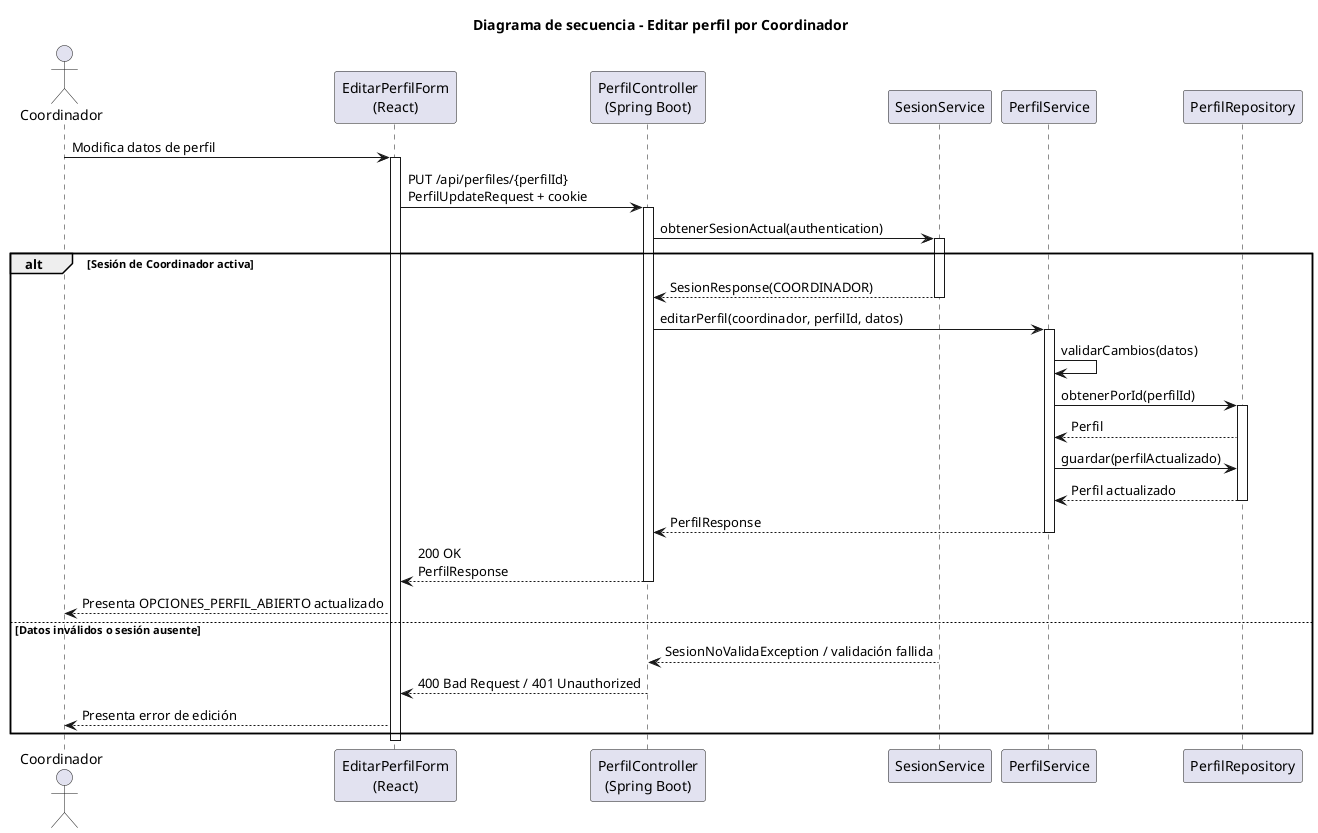
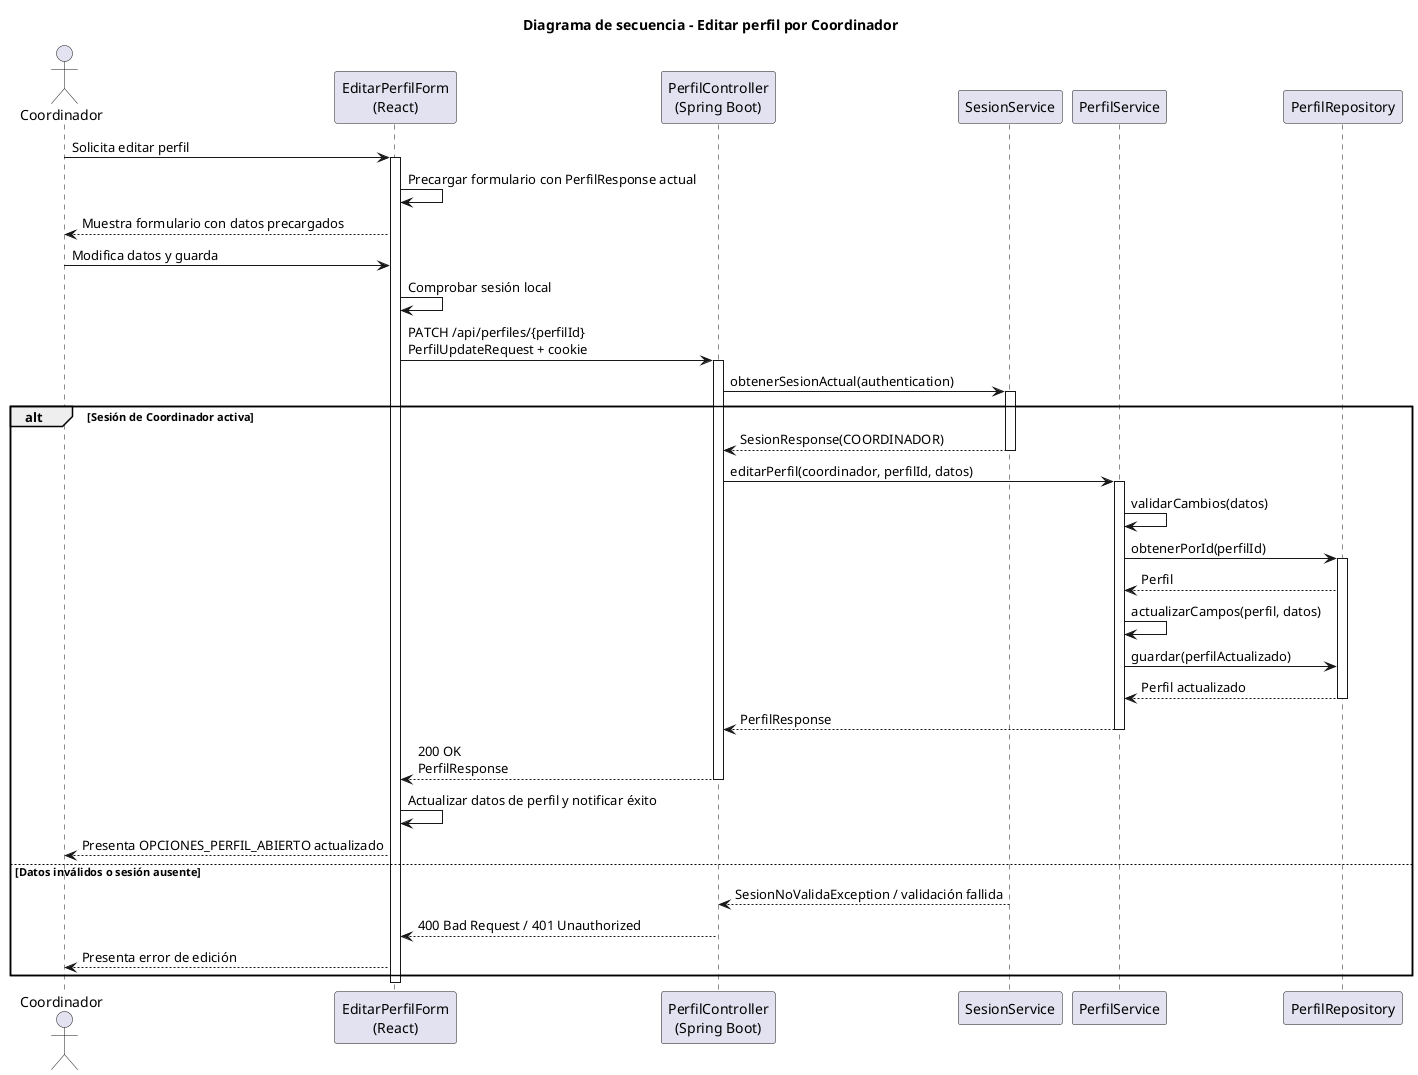
@startuml editarPerfil-coordinador-diseño
title Diagrama de secuencia - Editar perfil por Coordinador

actor Coordinador
participant "EditarPerfilForm\n(React)" as Frontend
participant "PerfilController\n(Spring Boot)" as Api
participant "SesionService" as Sesion
participant "PerfilService" as PerfilService
participant "PerfilRepository" as PerfilRepository

- Coordinador -> Frontend: Modifica datos de perfil
+ Coordinador -> Frontend: Solicita editar perfil
activate Frontend
- Frontend -> Api: PUT /api/perfiles/{perfilId}\nPerfilUpdateRequest + cookie
+ Frontend -> Frontend: Precargar formulario con PerfilResponse actual
+ Frontend --> Coordinador: Muestra formulario con datos precargados
+ Coordinador -> Frontend: Modifica datos y guarda
+ Frontend -> Frontend: Comprobar sesión local
+ Frontend -> Api: PATCH /api/perfiles/{perfilId}\nPerfilUpdateRequest + cookie
activate Api
Api -> Sesion: obtenerSesionActual(authentication)
activate Sesion
alt Sesión de Coordinador activa
    Sesion --> Api: SesionResponse(COORDINADOR)
    deactivate Sesion
    Api -> PerfilService: editarPerfil(coordinador, perfilId, datos)
    activate PerfilService
    PerfilService -> PerfilService: validarCambios(datos)
    PerfilService -> PerfilRepository: obtenerPorId(perfilId)
    activate PerfilRepository
    PerfilRepository --> PerfilService: Perfil
+     PerfilService -> PerfilService: actualizarCampos(perfil, datos)
    PerfilService -> PerfilRepository: guardar(perfilActualizado)
    PerfilRepository --> PerfilService: Perfil actualizado
    deactivate PerfilRepository
    PerfilService --> Api: PerfilResponse
    deactivate PerfilService
    Api --> Frontend: 200 OK\nPerfilResponse
    deactivate Api
+     Frontend -> Frontend: Actualizar datos de perfil y notificar éxito
    Frontend --> Coordinador: Presenta OPCIONES_PERFIL_ABIERTO actualizado
else Datos inválidos o sesión ausente
    Sesion --> Api: SesionNoValidaException / validación fallida
    deactivate Sesion
    Api --> Frontend: 400 Bad Request / 401 Unauthorized
    deactivate Api
    Frontend --> Coordinador: Presenta error de edición
end
deactivate Frontend
@enduml
